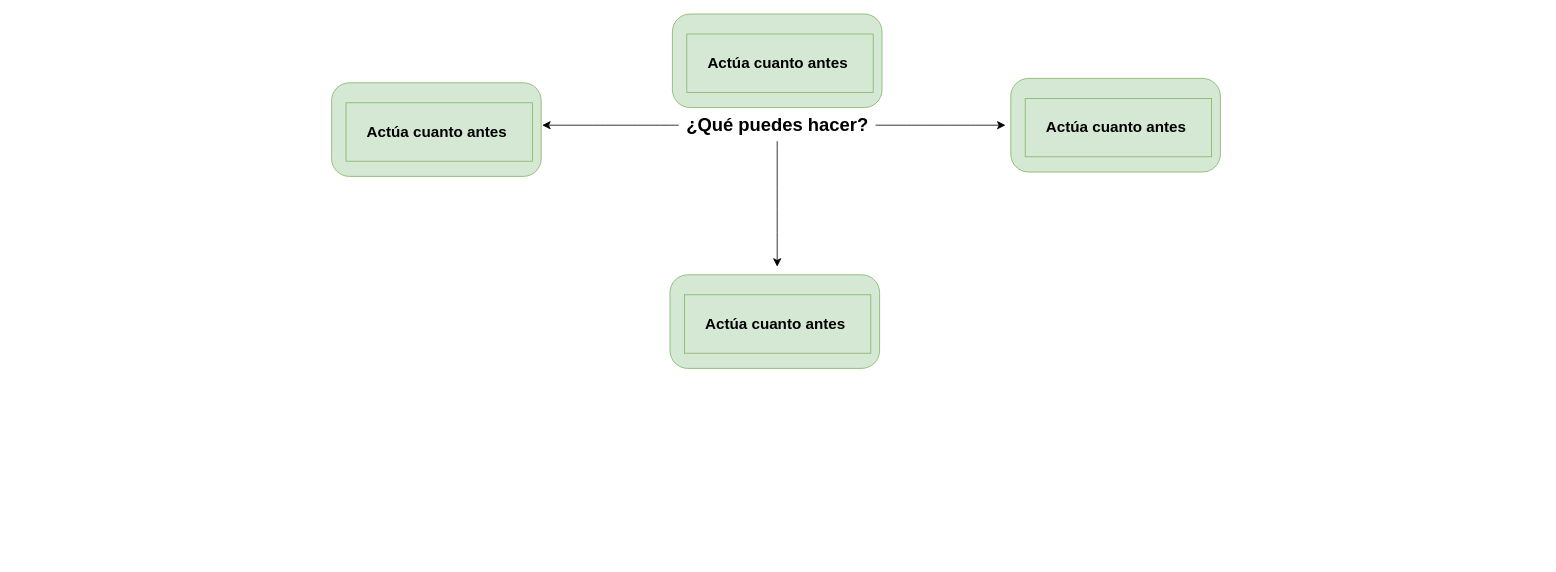
The draw.io diagram Diagrama sin título.drawio in Jprecial2002/Modelo-conceptual, before the edit. Source tidied: cells renumbered, new cells numbered last; positions are measured from the earlier drawing's top-left corner, leaving out a move shared by most shapes. Both pictures are drawn from the tidied source at 80%, with x=0, y=0 at pixel (331, 14).
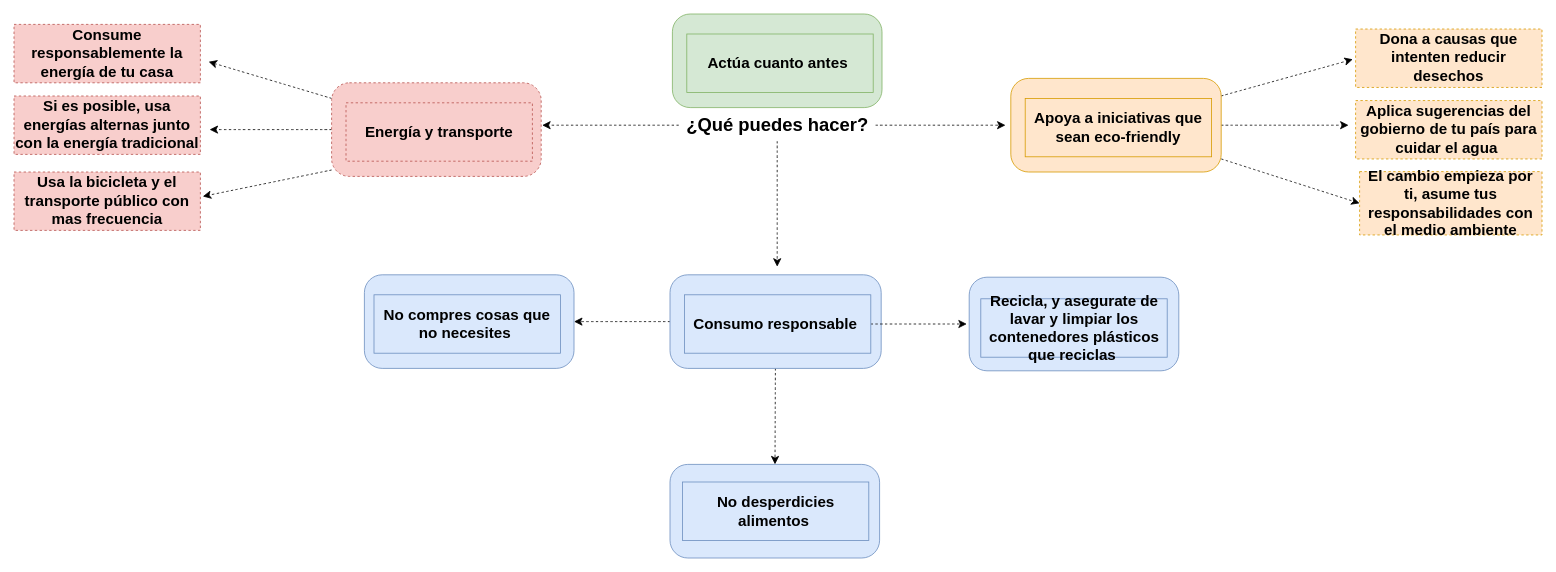
Above is the later version.

Commit message:
Modelo conceptual completado.drawio

Unchanged cells that the change refers to:
```xml
<mxCell id="7" value="&lt;font style=&quot;font-size: 23px;&quot;&gt;&lt;b&gt;¿Qué puedes hacer?&lt;/b&gt;&lt;/font&gt;" style="text;html=1;align=center;verticalAlign=middle;points=[];strokeColor=none;fillColor=none;fontSize=16;" parent="1" vertex="1">
  <mxGeometry x="434" y="119" width="246" height="40" as="geometry" />
</mxCell>
```

Change to the diagram source:
```diff
@@
-    <mxCell id="4" style="edgeStyle=none;curved=1;rounded=0;jettySize=auto;html=1;fontSize=12;startSize=8;endSize=8;" parent="1" edge="1" source="7">
+    <mxCell id="4" style="edgeStyle=none;curved=1;rounded=0;jettySize=auto;html=1;fontSize=12;startSize=8;endSize=8;dashed=1;" parent="1" edge="1" source="7">
       <mxGeometry relative="1" as="geometry">
         <mxPoint x="557" y="315.9" as="targetPoint" />
       </mxGeometry>
     </mxCell>
-    <mxCell id="5" style="edgeStyle=none;curved=1;rounded=0;jettySize=auto;html=1;fontSize=12;startSize=8;endSize=8;" parent="1" edge="1" source="7">
+    <mxCell id="5" style="edgeStyle=none;curved=1;rounded=0;jettySize=auto;html=1;fontSize=12;startSize=8;endSize=8;dashed=1;" parent="1" edge="1" source="7">
       <mxGeometry relative="1" as="geometry">
         <mxPoint x="263.2" y="139" as="targetPoint" />
       </mxGeometry>
     </mxCell>
-    <mxCell id="6" style="edgeStyle=none;curved=1;rounded=0;jettySize=auto;html=1;fontSize=12;startSize=8;endSize=8;" parent="1" edge="1" source="7">
+    <mxCell id="6" style="edgeStyle=none;curved=1;rounded=0;jettySize=auto;html=1;fontSize=12;startSize=8;endSize=8;dashed=1;" parent="1" edge="1" source="7">
       <mxGeometry relative="1" as="geometry">
         <mxPoint x="842.4" y="139" as="targetPoint" />
       </mxGeometry>
     </mxCell>
@@
+    <mxCell id="14" style="edgeStyle=none;curved=1;rounded=0;jettySize=auto;html=1;fontSize=12;startSize=8;endSize=8;dashed=1;" parent="1" edge="1" source="8">
+      <mxGeometry relative="1" as="geometry">
+        <mxPoint x="-152.5" y="144.5" as="targetPoint" />
+      </mxGeometry>
+    </mxCell>
+    <mxCell id="15" style="edgeStyle=none;curved=1;rounded=0;jettySize=auto;html=1;fontSize=12;startSize=8;endSize=8;dashed=1;" parent="1" edge="1" source="8">
+      <mxGeometry relative="1" as="geometry">
+        <mxPoint x="-153.7" y="59.7" as="targetPoint" />
+      </mxGeometry>
+    </mxCell>
-    <mxCell id="8" style="rounded=1;whiteSpace=wrap;html=1;arcSize=19;fillColor=#d5e8d4;strokeColor=#82b366;" parent="1" vertex="1">
+    <mxCell id="8" style="rounded=1;whiteSpace=wrap;html=1;arcSize=19;fillColor=#f8cecc;strokeColor=#b85450;dashed=1;" parent="1" vertex="1">
       <mxGeometry y="86" width="262" height="117" as="geometry" />
     </mxCell>
-    <mxCell id="9" value="&lt;b&gt;&lt;font style=&quot;font-size: 19px; color: rgb(0, 0, 0);&quot;&gt;Actúa cuanto antes&amp;nbsp;&lt;/font&gt;&lt;/b&gt;" style="text;html=1;align=center;verticalAlign=middle;whiteSpace=wrap;rounded=0;fillColor=#d5e8d4;strokeColor=#82b366;" parent="1" vertex="1">
+    <mxCell id="9" value="&lt;span style=&quot;font-size: 19px;&quot;&gt;&lt;b&gt;Energía y transporte&lt;/b&gt;&lt;/span&gt;" style="text;html=1;align=center;verticalAlign=middle;whiteSpace=wrap;rounded=0;fillColor=#f8cecc;strokeColor=#b85450;dashed=1;" parent="1" vertex="1">
       <mxGeometry x="18" y="111" width="233" height="73" as="geometry" />
     </mxCell>
+    <mxCell id="16" style="edgeStyle=none;curved=1;rounded=0;jettySize=auto;html=1;fontSize=12;startSize=8;endSize=8;dashed=1;" parent="1" edge="1" source="10">
+      <mxGeometry relative="1" as="geometry">
+        <mxPoint x="1276.5" y="56.7" as="targetPoint" />
+      </mxGeometry>
+    </mxCell>
+    <mxCell id="17" style="edgeStyle=none;curved=1;rounded=0;jettySize=auto;html=1;fontSize=12;startSize=8;endSize=8;dashed=1;" parent="1" edge="1" source="10">
+      <mxGeometry relative="1" as="geometry">
+        <mxPoint x="1271.2" y="139" as="targetPoint" />
+      </mxGeometry>
+    </mxCell>
+    <mxCell id="18" style="edgeStyle=none;curved=1;rounded=0;jettySize=auto;html=1;entryX=0;entryY=0.5;entryDx=0;entryDy=0;fontSize=12;startSize=8;endSize=8;dashed=1;" parent="1" edge="1" source="10" target="29">
+      <mxGeometry relative="1" as="geometry" />
+    </mxCell>
-    <mxCell id="10" style="rounded=1;whiteSpace=wrap;html=1;arcSize=19;fillColor=#d5e8d4;strokeColor=#82b366;" parent="1" vertex="1">
-      <mxGeometry x="849" y="80.5" width="262" height="117" as="geometry" />
+    <mxCell id="10" style="rounded=1;whiteSpace=wrap;html=1;arcSize=19;fillColor=#ffe6cc;strokeColor=#d79b00;" parent="1" vertex="1">
+      <mxGeometry x="849" y="80.5" width="263" height="117" as="geometry" />
     </mxCell>
-    <mxCell id="11" value="&lt;b&gt;&lt;font style=&quot;font-size: 19px; color: rgb(0, 0, 0);&quot;&gt;Actúa cuanto antes&amp;nbsp;&lt;/font&gt;&lt;/b&gt;" style="text;html=1;align=center;verticalAlign=middle;whiteSpace=wrap;rounded=0;fillColor=#d5e8d4;strokeColor=#82b366;" parent="1" vertex="1">
+    <mxCell id="11" value="&lt;span style=&quot;font-size: 19px;&quot;&gt;&lt;b&gt;Apoya a iniciativas que sean eco-friendly&lt;/b&gt;&lt;/span&gt;" style="text;html=1;align=center;verticalAlign=middle;whiteSpace=wrap;rounded=0;fillColor=#ffe6cc;strokeColor=#d79b00;" parent="1" vertex="1">
       <mxGeometry x="867" y="105.5" width="233" height="73" as="geometry" />
     </mxCell>
+    <mxCell id="19" style="edgeStyle=none;curved=1;rounded=0;jettySize=auto;html=1;fontSize=12;startSize=8;endSize=8;dashed=1;" parent="1" edge="1" source="12" target="26">
+      <mxGeometry relative="1" as="geometry" />
+    </mxCell>
+    <mxCell id="20" style="edgeStyle=none;curved=1;rounded=0;jettySize=auto;html=1;fontSize=12;startSize=8;endSize=8;dashed=1;" parent="1" edge="1" source="12" target="27">
+      <mxGeometry relative="1" as="geometry" />
+    </mxCell>
-    <mxCell id="12" style="rounded=1;whiteSpace=wrap;html=1;arcSize=19;fillColor=#d5e8d4;strokeColor=#82b366;" parent="1" vertex="1">
-      <mxGeometry x="423" y="326" width="262" height="117" as="geometry" />
+    <mxCell id="12" style="rounded=1;whiteSpace=wrap;html=1;arcSize=19;fillColor=#dae8fc;strokeColor=#6c8ebf;" parent="1" vertex="1">
+      <mxGeometry x="423" y="326" width="264" height="117" as="geometry" />
     </mxCell>
+    <mxCell id="21" style="edgeStyle=none;curved=1;rounded=0;jettySize=auto;html=1;fontSize=12;startSize=8;endSize=8;dashed=1;" parent="1" edge="1" source="13">
+      <mxGeometry relative="1" as="geometry">
+        <mxPoint x="794" y="387.5" as="targetPoint" />
+      </mxGeometry>
+    </mxCell>
-    <mxCell id="13" value="&lt;b&gt;&lt;font style=&quot;font-size: 19px; color: rgb(0, 0, 0);&quot;&gt;Actúa cuanto antes&amp;nbsp;&lt;/font&gt;&lt;/b&gt;" style="text;html=1;align=center;verticalAlign=middle;whiteSpace=wrap;rounded=0;fillColor=#d5e8d4;strokeColor=#82b366;" parent="1" vertex="1">
+    <mxCell id="13" value="&lt;font style=&quot;font-size: 19px;&quot;&gt;&lt;b&gt;Consumo responsable&amp;nbsp;&lt;/b&gt;&lt;/font&gt;" style="text;html=1;align=center;verticalAlign=middle;whiteSpace=wrap;rounded=0;fillColor=#dae8fc;strokeColor=#6c8ebf;" parent="1" vertex="1">
       <mxGeometry x="441" y="351" width="233" height="73" as="geometry" />
     </mxCell>
+    <mxCell id="22" style="edgeStyle=none;curved=1;rounded=0;orthogonalLoop=1;jettySize=auto;html=1;fontSize=12;startSize=8;endSize=8;dashed=1;" parent="1" edge="1">
+      <mxGeometry relative="1" as="geometry">
+        <mxPoint y="195" as="sourcePoint" />
+        <mxPoint x="-161" y="228" as="targetPoint" />
+      </mxGeometry>
+    </mxCell>
+    <mxCell id="23" value="&lt;span style=&quot;font-size: 19px;&quot;&gt;&lt;b&gt;Usa la bicicleta y el transporte público con mas frecuencia&lt;/b&gt;&lt;/span&gt;" style="text;html=1;align=center;verticalAlign=middle;whiteSpace=wrap;rounded=0;fillColor=#f8cecc;strokeColor=#b85450;dashed=1;" parent="1" vertex="1">
+      <mxGeometry x="-397" y="197.5" width="233" height="73" as="geometry" />
+    </mxCell>
+    <mxCell id="24" value="&lt;span style=&quot;font-size: 19px;&quot;&gt;&lt;b&gt;Si es posible, usa energías alternas junto con la energía tradicional&lt;/b&gt;&lt;/span&gt;" style="text;html=1;align=center;verticalAlign=middle;whiteSpace=wrap;rounded=0;fillColor=#f8cecc;strokeColor=#b85450;dashed=1;" parent="1" vertex="1">
+      <mxGeometry x="-397" y="102.5" width="233" height="73" as="geometry" />
+    </mxCell>
+    <mxCell id="25" value="&lt;span style=&quot;font-size: 19px;&quot;&gt;&lt;b&gt;Consume responsablemente la energía de tu casa&lt;/b&gt;&lt;/span&gt;" style="text;html=1;align=center;verticalAlign=middle;whiteSpace=wrap;rounded=0;fillColor=#f8cecc;strokeColor=#b85450;dashed=1;" parent="1" vertex="1">
+      <mxGeometry x="-397" y="13" width="233" height="73" as="geometry" />
+    </mxCell>
+    <mxCell id="26" style="rounded=1;whiteSpace=wrap;html=1;arcSize=19;fillColor=#dae8fc;strokeColor=#6c8ebf;" parent="1" vertex="1">
+      <mxGeometry x="423" y="563" width="262" height="117" as="geometry" />
+    </mxCell>
+    <mxCell id="27" style="rounded=1;whiteSpace=wrap;html=1;arcSize=19;fillColor=#dae8fc;strokeColor=#6c8ebf;" parent="1" vertex="1">
+      <mxGeometry x="41" y="326" width="262" height="117" as="geometry" />
+    </mxCell>
+    <mxCell id="28" style="rounded=1;whiteSpace=wrap;html=1;arcSize=19;fillColor=#dae8fc;strokeColor=#6c8ebf;" parent="1" vertex="1">
+      <mxGeometry x="797" y="329" width="262" height="117" as="geometry" />
+    </mxCell>
+    <mxCell id="29" value="&lt;span style=&quot;font-size: 19px;&quot;&gt;&lt;b&gt;El cambio empieza por ti, asume tus responsabilidades con el medio ambiente&lt;/b&gt;&lt;/span&gt;" style="text;html=1;align=center;verticalAlign=middle;whiteSpace=wrap;rounded=0;fillColor=#ffe6cc;strokeColor=#d79b00;dashed=1;" parent="1" vertex="1">
+      <mxGeometry x="1285" y="197" width="228" height="79.2" as="geometry" />
+    </mxCell>
+    <mxCell id="30" value="&lt;span style=&quot;font-size: 19px;&quot;&gt;&lt;b&gt;Aplica sugerencias del gobierno de tu país para cuidar el agua&amp;nbsp;&lt;/b&gt;&lt;/span&gt;" style="text;html=1;align=center;verticalAlign=middle;whiteSpace=wrap;rounded=0;fillColor=#ffe6cc;strokeColor=#d79b00;dashed=1;" parent="1" vertex="1">
+      <mxGeometry x="1280" y="108.2" width="233" height="73" as="geometry" />
+    </mxCell>
+    <mxCell id="31" value="&lt;span style=&quot;font-size: 19px;&quot;&gt;&lt;b&gt;Dona a causas que intenten reducir desechos&lt;/b&gt;&lt;/span&gt;" style="text;html=1;align=center;verticalAlign=middle;whiteSpace=wrap;rounded=0;fillColor=#ffe6cc;strokeColor=#d79b00;dashed=1;" parent="1" vertex="1">
+      <mxGeometry x="1280" y="18.8" width="233" height="73" as="geometry" />
+    </mxCell>
+    <mxCell id="32" value="&lt;b&gt;&lt;font style=&quot;font-size: 19px;&quot;&gt;No compres cosas que no necesites&amp;nbsp;&lt;/font&gt;&lt;/b&gt;" style="text;html=1;align=center;verticalAlign=middle;whiteSpace=wrap;rounded=0;fillColor=#dae8fc;strokeColor=#6c8ebf;" parent="1" vertex="1">
+      <mxGeometry x="53" y="351" width="233" height="73" as="geometry" />
+    </mxCell>
+    <mxCell id="33" value="&lt;font style=&quot;font-size: 19px;&quot;&gt;&lt;b&gt;No desperdicies alimentos&amp;nbsp;&lt;/b&gt;&lt;/font&gt;" style="text;html=1;align=center;verticalAlign=middle;whiteSpace=wrap;rounded=0;fillColor=#dae8fc;strokeColor=#6c8ebf;" parent="1" vertex="1">
+      <mxGeometry x="438.5" y="585" width="233" height="73" as="geometry" />
+    </mxCell>
+    <mxCell id="34" value="&lt;font style=&quot;font-size: 19px;&quot;&gt;&lt;b&gt;Recicla, y asegurate de lavar y limpiar los contenedores plásticos que reciclas&amp;nbsp;&lt;/b&gt;&lt;/font&gt;" style="text;html=1;align=center;verticalAlign=middle;whiteSpace=wrap;rounded=0;fillColor=#dae8fc;strokeColor=#6c8ebf;" parent="1" vertex="1">
+      <mxGeometry x="811.5" y="356" width="233" height="73" as="geometry" />
+    </mxCell>
```
